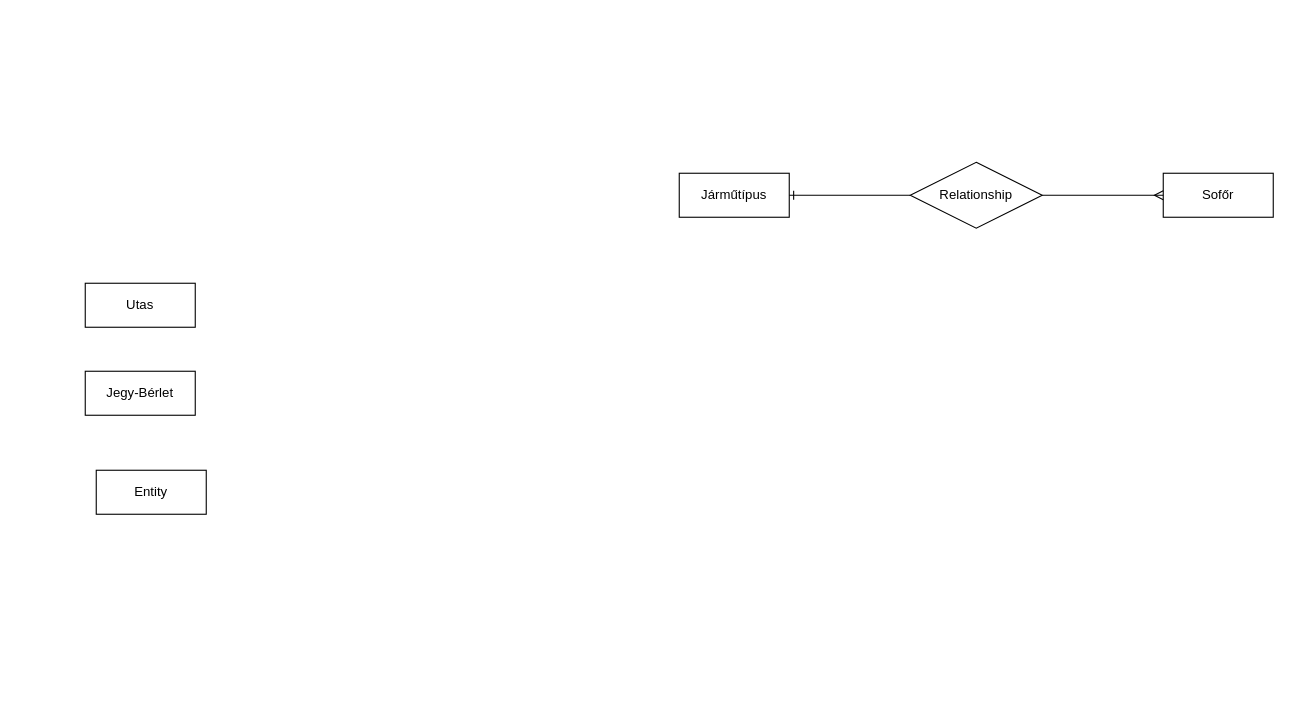
This is HEPMIU_1011/hepmiu_5.2.drawio from urbanoliver/HEPMIU_DB1Gyak, a draw.io file, before an edit. Source tidied: cells renumbered, new cells numbered last; positions are measured from the earlier drawing's top-left corner, leaving out a move shared by most shapes. Both pictures are drawn from the tidied source at 110%, with x=0, y=0 at pixel (85, 162).
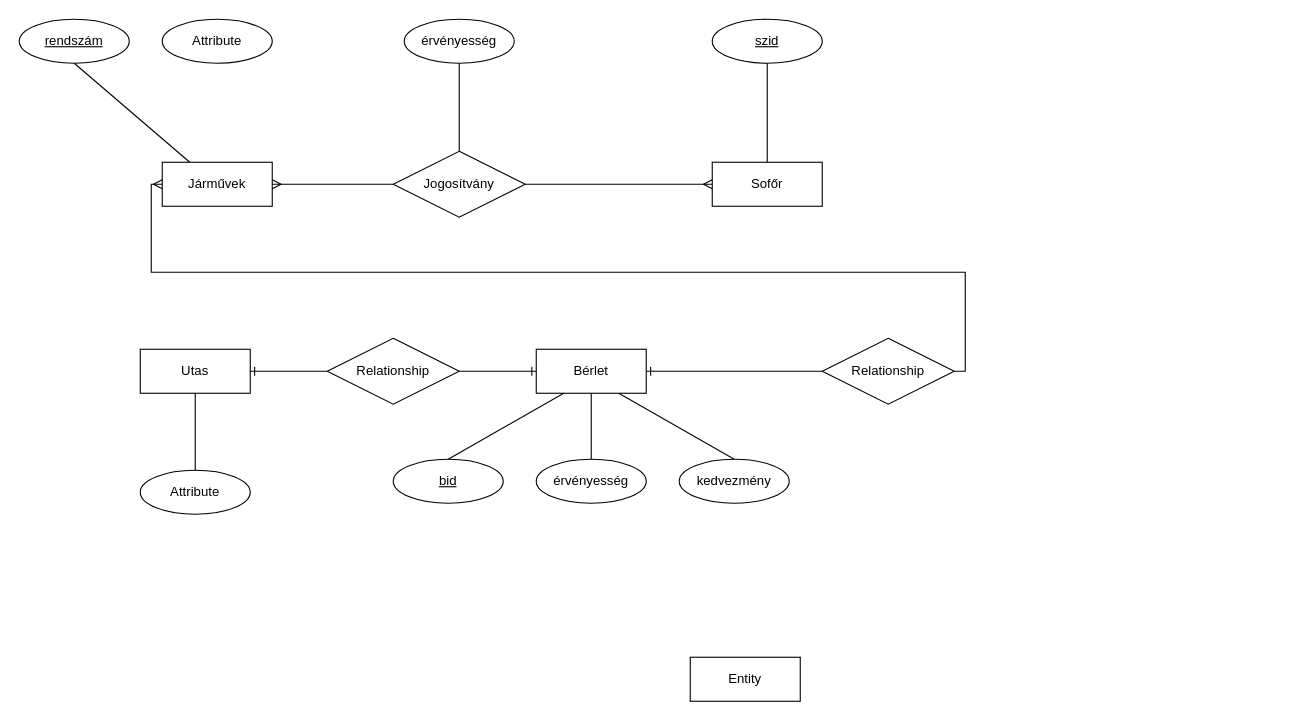
Above is the later version.

Change to the diagram source:
```diff
@@
     <mxCell id="2" value="Entity" style="whiteSpace=wrap;html=1;align=center;" parent="1" vertex="1">
-      <mxGeometry x="10" y="280" width="100" height="40" as="geometry" />
+      <mxGeometry x="550" y="450" width="100" height="40" as="geometry" />
     </mxCell>
     <mxCell id="3" value="Utas" style="whiteSpace=wrap;html=1;align=center;" parent="1" vertex="1">
-      <mxGeometry y="110" width="100" height="40" as="geometry" />
+      <mxGeometry x="50" y="170" width="100" height="40" as="geometry" />
     </mxCell>
-    <mxCell id="4" value="Jegy-Bérlet" style="whiteSpace=wrap;html=1;align=center;" parent="1" vertex="1">
-      <mxGeometry y="190" width="100" height="40" as="geometry" />
+    <mxCell id="4" value="Bérlet" style="whiteSpace=wrap;html=1;align=center;" parent="1" vertex="1">
+      <mxGeometry x="410" y="170" width="100" height="40" as="geometry" />
     </mxCell>
-    <mxCell id="5" value="Járműtípus" style="whiteSpace=wrap;html=1;align=center;" parent="1" vertex="1">
-      <mxGeometry x="540" y="10" width="100" height="40" as="geometry" />
+    <mxCell id="5" value="Járművek" style="whiteSpace=wrap;html=1;align=center;" parent="1" vertex="1">
+      <mxGeometry x="70" width="100" height="40" as="geometry" />
     </mxCell>
     <mxCell id="6" value="Sofőr" style="whiteSpace=wrap;html=1;align=center;" parent="1" vertex="1">
-      <mxGeometry x="980" y="10" width="100" height="40" as="geometry" />
+      <mxGeometry x="570" width="100" height="40" as="geometry" />
     </mxCell>
-    <mxCell id="7" value="Relationship" style="shape=rhombus;perimeter=rhombusPerimeter;whiteSpace=wrap;html=1;align=center;" parent="1" vertex="1">
-      <mxGeometry x="750" width="120" height="60" as="geometry" />
+    <mxCell id="7" value="Jogosítvány" style="shape=rhombus;perimeter=rhombusPerimeter;whiteSpace=wrap;html=1;align=center;" parent="1" vertex="1">
+      <mxGeometry x="280" y="-10" width="120" height="60" as="geometry" />
     </mxCell>
@@
+    <mxCell id="10" value="érvényesség" style="ellipse;whiteSpace=wrap;html=1;align=center;" parent="1" vertex="1">
+      <mxGeometry x="290" y="-130" width="100" height="40" as="geometry" />
+    </mxCell>
+    <mxCell id="11" style="endArrow=none;html=1;rounded=0;entryX=0.5;entryY=1;entryDx=0;entryDy=0;exitX=0.5;exitY=0;exitDx=0;exitDy=0;" parent="1" edge="1" source="7" target="10">
+      <mxGeometry relative="1" as="geometry" />
+    </mxCell>
-    <mxCell id="9" style="edgeStyle=entityRelationEdgeStyle;fontSize=12;html=1;endArrow=ERone;endFill=1;rounded=0;exitX=0;exitY=0.5;exitDx=0;exitDy=0;entryX=1;entryY=0.5;entryDx=0;entryDy=0;" parent="1" edge="1" source="7" target="5">
+    <mxCell id="9" style="edgeStyle=entityRelationEdgeStyle;fontSize=12;html=1;endArrow=ERmany;rounded=0;exitX=0;exitY=0.5;exitDx=0;exitDy=0;entryX=1;entryY=0.5;entryDx=0;entryDy=0;" parent="1" edge="1" source="7" target="5">
       <mxGeometry relative="1" as="geometry" />
     </mxCell>
+    <mxCell id="12" value="szid" style="ellipse;whiteSpace=wrap;html=1;align=center;fontStyle=4;" parent="1" vertex="1">
+      <mxGeometry x="570" y="-130" width="100" height="40" as="geometry" />
+    </mxCell>
+    <mxCell id="13" style="endArrow=none;html=1;rounded=0;entryX=0.5;entryY=1;entryDx=0;entryDy=0;" parent="1" edge="1" source="6" target="12">
+      <mxGeometry relative="1" as="geometry" />
+    </mxCell>
+    <mxCell id="14" value="Relationship" style="shape=rhombus;perimeter=rhombusPerimeter;whiteSpace=wrap;html=1;align=center;" parent="1" vertex="1">
+      <mxGeometry x="220" y="160" width="120" height="60" as="geometry" />
+    </mxCell>
+    <mxCell id="15" style="edgeStyle=entityRelationEdgeStyle;fontSize=12;html=1;endArrow=ERone;endFill=1;rounded=0;exitX=1;exitY=0.5;exitDx=0;exitDy=0;entryX=0;entryY=0.5;entryDx=0;entryDy=0;" parent="1" edge="1" source="14" target="4">
+      <mxGeometry relative="1" as="geometry" />
+    </mxCell>
+    <mxCell id="16" style="edgeStyle=entityRelationEdgeStyle;fontSize=12;html=1;endArrow=ERone;endFill=1;rounded=0;exitX=0;exitY=0.5;exitDx=0;exitDy=0;entryX=1;entryY=0.5;entryDx=0;entryDy=0;" parent="1" edge="1" source="14" target="3">
+      <mxGeometry relative="1" as="geometry" />
+    </mxCell>
+    <mxCell id="17" value="bid" style="ellipse;whiteSpace=wrap;html=1;align=center;fontStyle=4;" parent="1" vertex="1">
+      <mxGeometry x="280" y="270" width="100" height="40" as="geometry" />
+    </mxCell>
+    <mxCell id="18" style="endArrow=none;html=1;rounded=0;exitX=0.5;exitY=0;exitDx=0;exitDy=0;entryX=0.25;entryY=1;entryDx=0;entryDy=0;" parent="1" edge="1" source="17" target="4">
+      <mxGeometry relative="1" as="geometry" />
+    </mxCell>
+    <mxCell id="19" value="érvényesség" style="ellipse;whiteSpace=wrap;html=1;align=center;" parent="1" vertex="1">
+      <mxGeometry x="410" y="270" width="100" height="40" as="geometry" />
+    </mxCell>
+    <mxCell id="20" value="kedvezmény" style="ellipse;whiteSpace=wrap;html=1;align=center;" parent="1" vertex="1">
+      <mxGeometry x="540" y="270" width="100" height="40" as="geometry" />
+    </mxCell>
+    <mxCell id="21" style="endArrow=none;html=1;rounded=0;exitX=0.5;exitY=1;exitDx=0;exitDy=0;" parent="1" edge="1" source="4" target="19">
+      <mxGeometry relative="1" as="geometry" />
+    </mxCell>
+    <mxCell id="22" style="endArrow=none;html=1;rounded=0;exitX=0.75;exitY=1;exitDx=0;exitDy=0;entryX=0.5;entryY=0;entryDx=0;entryDy=0;" parent="1" edge="1" source="4" target="20">
+      <mxGeometry relative="1" as="geometry" />
+    </mxCell>
+    <mxCell id="23" value="Attribute" style="ellipse;whiteSpace=wrap;html=1;align=center;" parent="1" vertex="1">
+      <mxGeometry x="50" y="280" width="100" height="40" as="geometry" />
+    </mxCell>
+    <mxCell id="24" style="endArrow=none;html=1;rounded=0;exitX=0.5;exitY=1;exitDx=0;exitDy=0;entryX=0.5;entryY=0;entryDx=0;entryDy=0;" parent="1" edge="1" source="3" target="23">
+      <mxGeometry relative="1" as="geometry" />
+    </mxCell>
+    <mxCell id="25" value="Relationship" style="shape=rhombus;perimeter=rhombusPerimeter;whiteSpace=wrap;html=1;align=center;" parent="1" vertex="1">
+      <mxGeometry x="670" y="160" width="120" height="60" as="geometry" />
+    </mxCell>
+    <mxCell id="26" style="edgeStyle=orthogonalEdgeStyle;fontSize=12;html=1;endArrow=ERmany;rounded=0;exitX=1;exitY=0.5;exitDx=0;exitDy=0;entryX=0;entryY=0.5;entryDx=0;entryDy=0;" parent="1" edge="1" source="25" target="5">
+      <mxGeometry relative="1" as="geometry" />
+    </mxCell>
+    <mxCell id="27" style="edgeStyle=entityRelationEdgeStyle;fontSize=12;html=1;endArrow=ERone;endFill=1;rounded=0;exitX=0;exitY=0.5;exitDx=0;exitDy=0;entryX=1;entryY=0.5;entryDx=0;entryDy=0;" parent="1" edge="1" source="25" target="4">
+      <mxGeometry relative="1" as="geometry" />
+    </mxCell>
+    <mxCell id="28" value="Attribute" style="ellipse;whiteSpace=wrap;html=1;align=center;" parent="1" vertex="1">
+      <mxGeometry x="70" y="-130" width="100" height="40" as="geometry" />
+    </mxCell>
+    <mxCell id="29" value="rendszám" style="ellipse;whiteSpace=wrap;html=1;align=center;fontStyle=4;" parent="1" vertex="1">
+      <mxGeometry x="-60" y="-130" width="100" height="40" as="geometry" />
+    </mxCell>
+    <mxCell id="30" style="endArrow=none;html=1;rounded=0;exitX=0.5;exitY=1;exitDx=0;exitDy=0;entryX=0.25;entryY=0;entryDx=0;entryDy=0;" parent="1" edge="1" source="29" target="5">
+      <mxGeometry relative="1" as="geometry" />
+    </mxCell>
```
